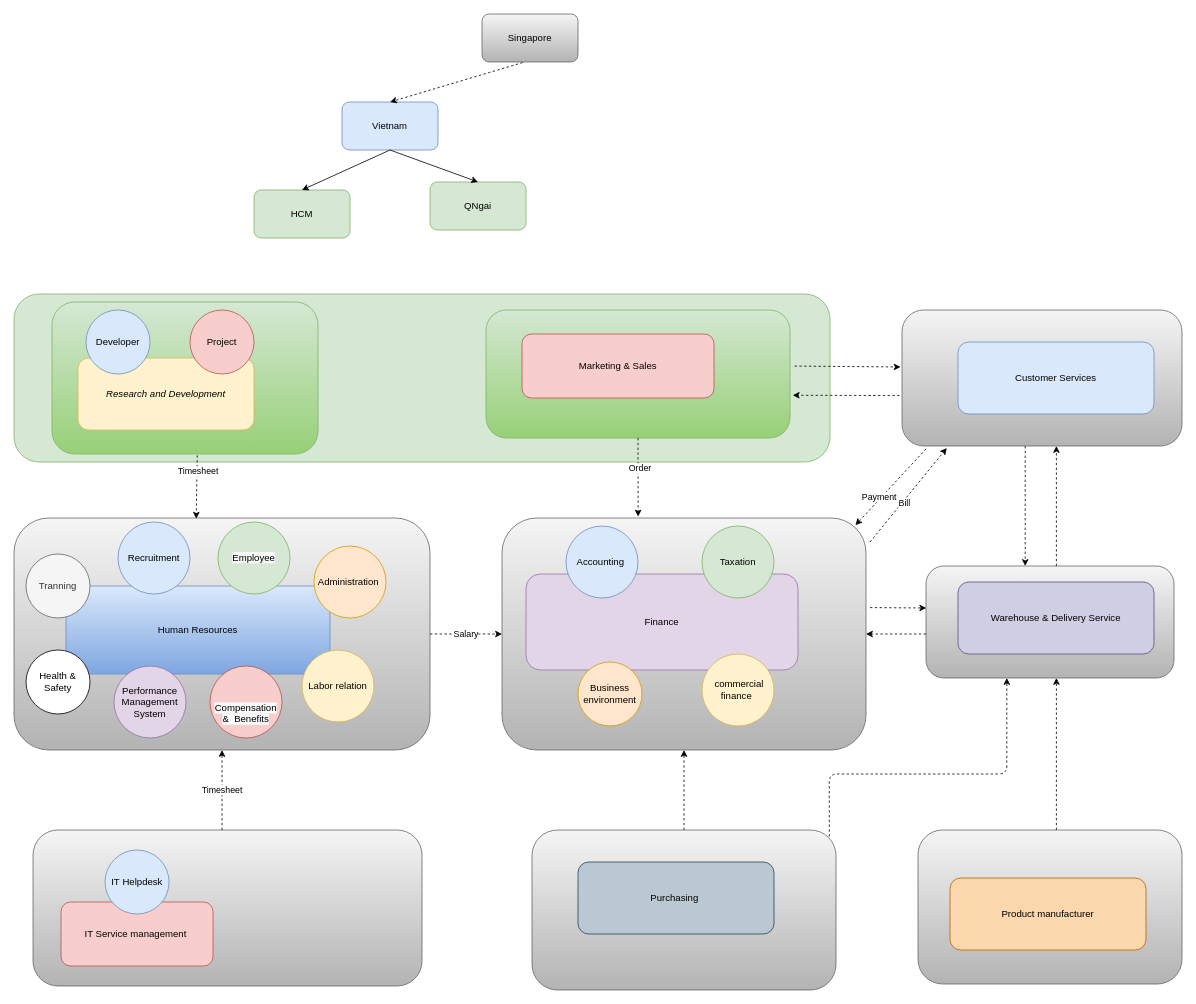
letrthong/business keeps this draw.io diagram as page "Org_Chart" (1 of 3) of 04_docs/Department_Organizational_chart.drawio. Above is the earlier version. Source tidied: cells renumbered, new cells numbered last; positions are measured from the earlier drawing's top-left corner, leaving out a move shared by most shapes. Both pictures are drawn from the tidied source at 80%, with x=0, y=0 at pixel (14, 14).
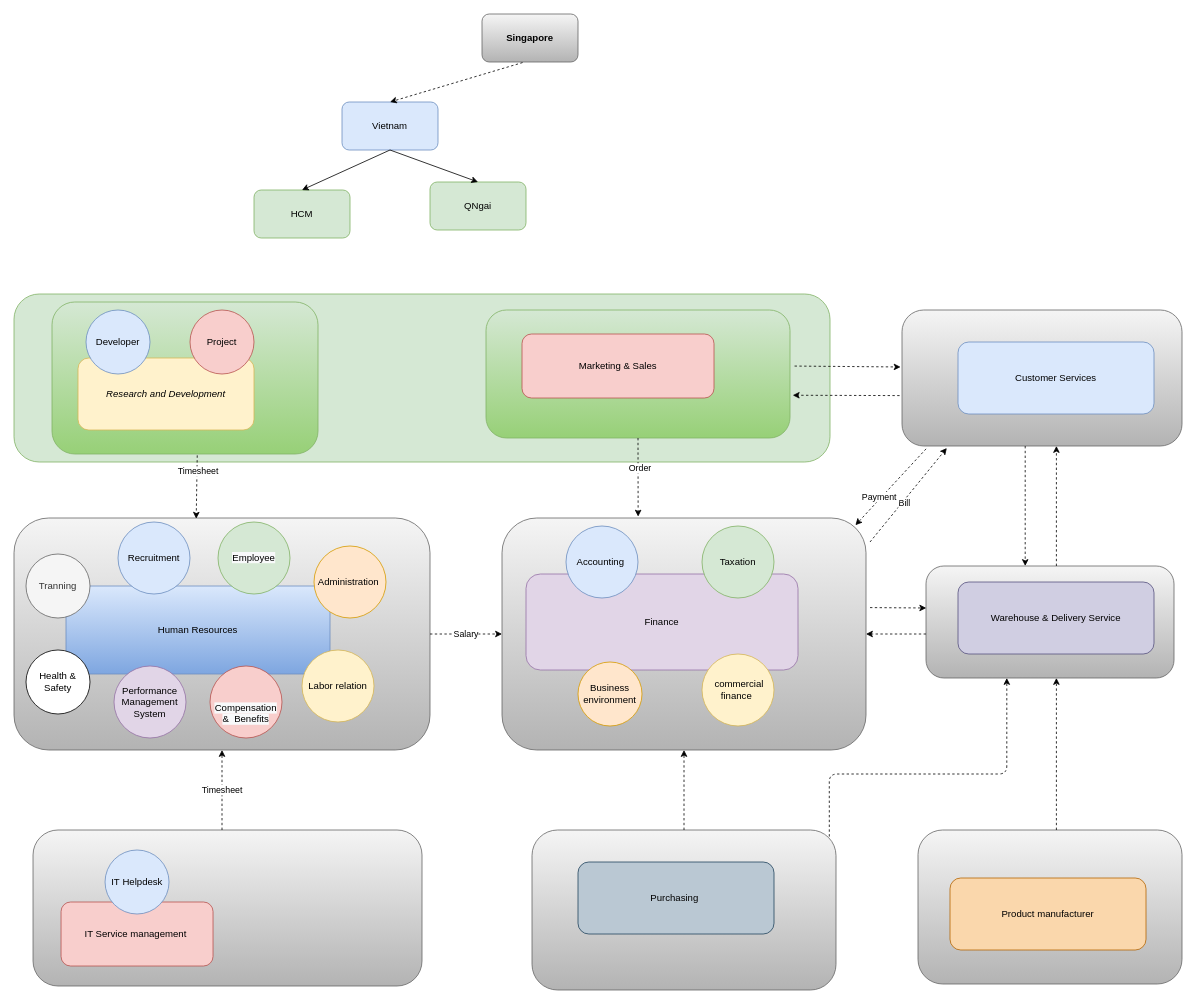
After the change.

Change to the diagram source:
```diff
@@
-    <mxCell id="60" value="Singapore " style="rounded=1;whiteSpace=wrap;html=1;fillColor=#f5f5f5;strokeColor=#666666;gradientColor=#b3b3b3;" parent="1" vertex="1">
+    <mxCell id="60" value="&lt;b&gt;Singapore &lt;/b&gt;" style="rounded=1;whiteSpace=wrap;html=1;fillColor=#f5f5f5;strokeColor=#666666;gradientColor=#b3b3b3;" parent="1" vertex="1">
       <mxGeometry x="585" width="120" height="60" as="geometry" />
     </mxCell>
```
